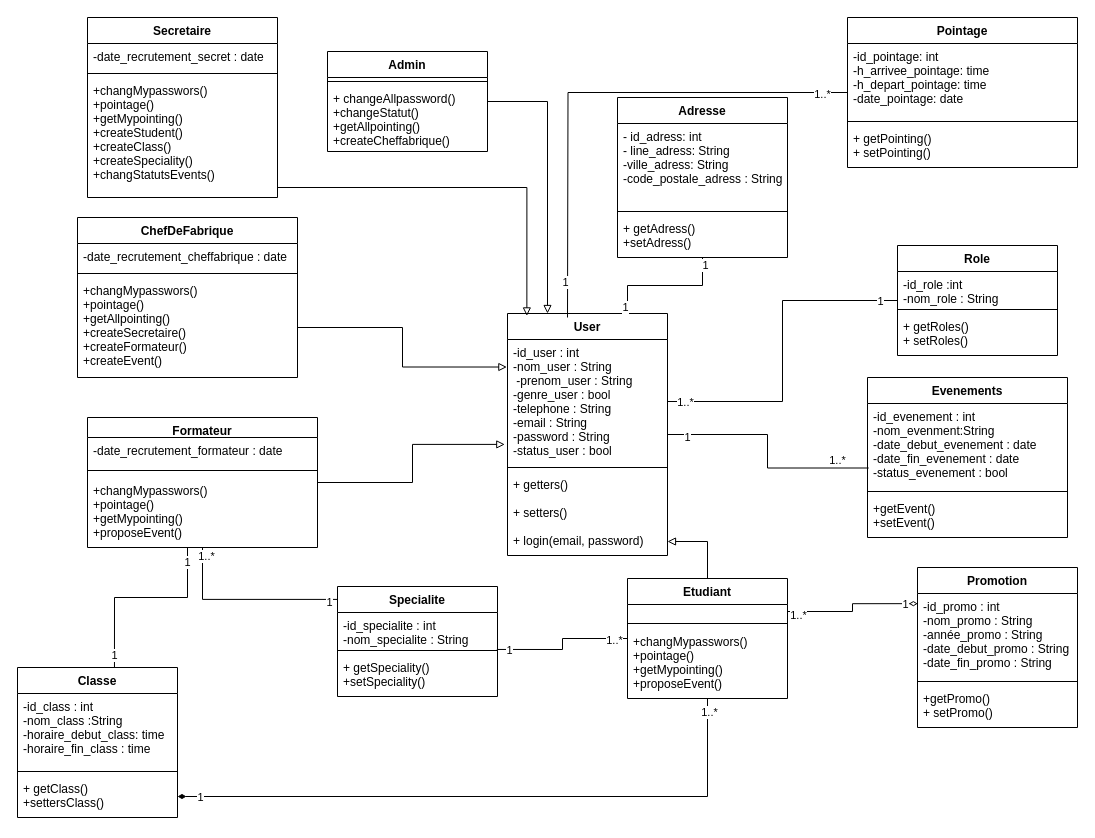
Before: page "Class_Diagram" (1 of 2) of conception forAcademy/ForAcademy.drawio in saidworks/foracademy, a draw.io diagram. Source tidied: cells renumbered, new cells numbered last; positions are measured from the earlier drawing's top-left corner, leaving out a move shared by most shapes. Both pictures are drawn from the tidied source at 100%, with x=0, y=0 at pixel (17, 17).
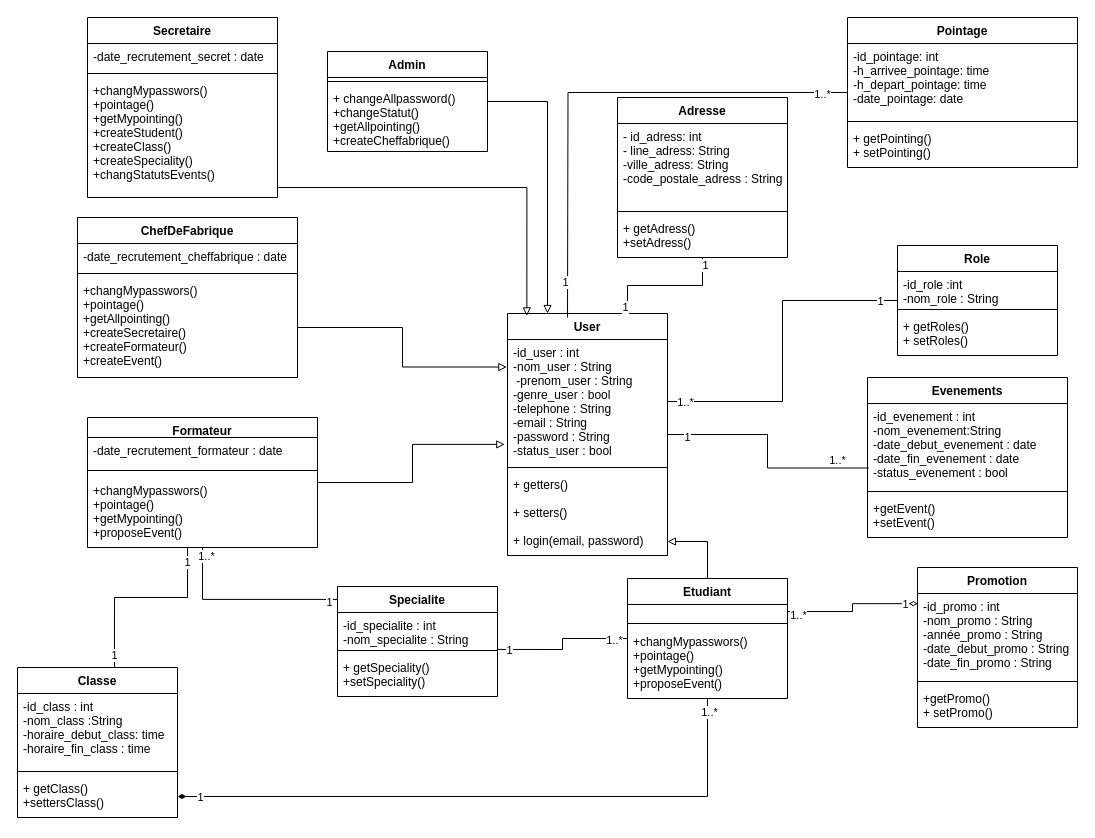
The same diagram, later.

The change refers to these unchanged cells:
```xml
<mxCell id="53" value="Evenements" style="swimlane;fontStyle=1;align=center;verticalAlign=top;horizontal=1;startSize=26;" parent="1" vertex="1">
  <mxGeometry x="850" y="360" width="200" height="160" as="geometry" />
</mxCell>
```

Change to the diagram source:
```diff
@@
-    <mxCell id="54" value="-id_evenement : int&#10;-nom_evenment:String&#10;-date_debut_evenement : date&#10;-date_fin_evenement : date&#10;-status_evenement : bool&#10;" style="text;strokeColor=none;fillColor=none;align=left;verticalAlign=top;spacingLeft=4;spacingRight=4;overflow=hidden;points=[[0,0.5],[1,0.5]];portConstraint=eastwest;" parent="53" vertex="1">
+    <mxCell id="54" value="-id_evenement : int&#10;-nom_evenement:String&#10;-date_debut_evenement : date&#10;-date_fin_evenement : date&#10;-status_evenement : bool&#10;" style="text;strokeColor=none;fillColor=none;align=left;verticalAlign=top;spacingLeft=4;spacingRight=4;overflow=hidden;points=[[0,0.5],[1,0.5]];portConstraint=eastwest;" parent="53" vertex="1">
       <mxGeometry y="26" width="200" height="84" as="geometry" />
     </mxCell>
```
